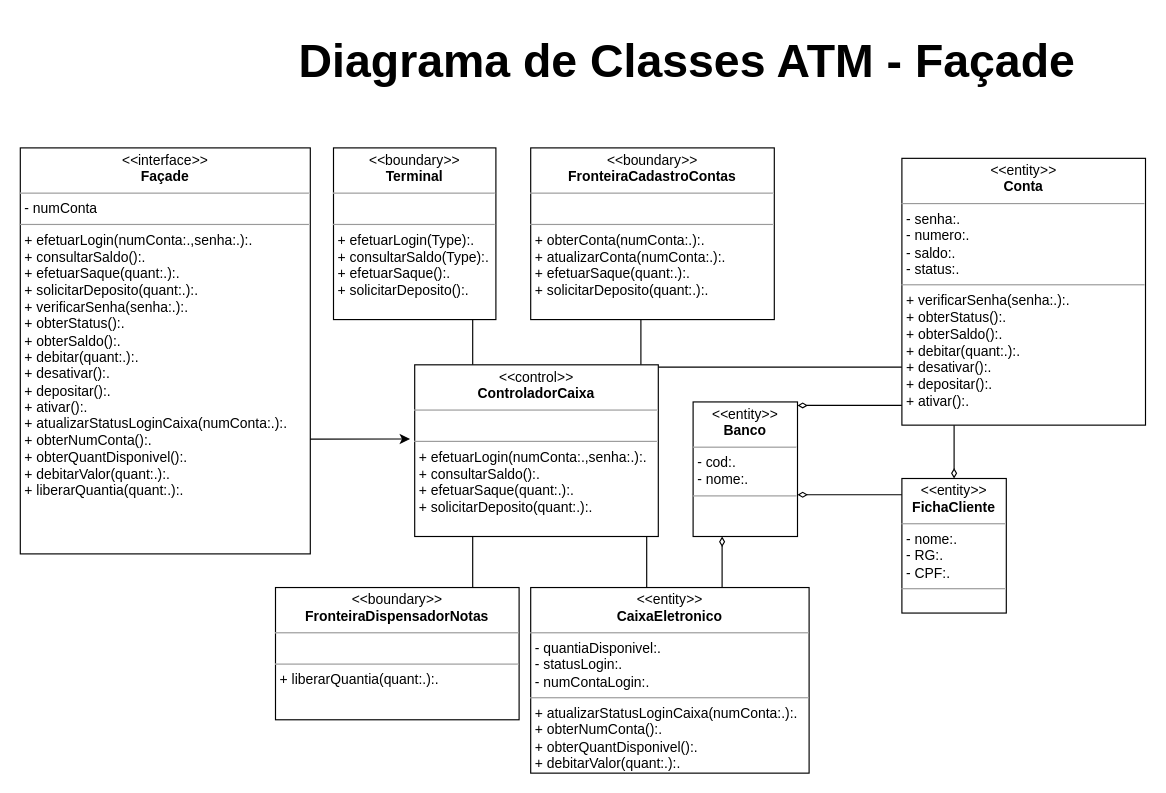
This is Copy of ATMFacade.drawio from JorgeEduardoFOS/lista2MC426, a draw.io file, before an edit. Source tidied: cells renumbered, new cells numbered last; positions are measured from the earlier drawing's top-left corner, leaving out a move shared by most shapes. Both pictures are drawn from the tidied source at 116%, with x=0, y=0 at pixel (20, 20).
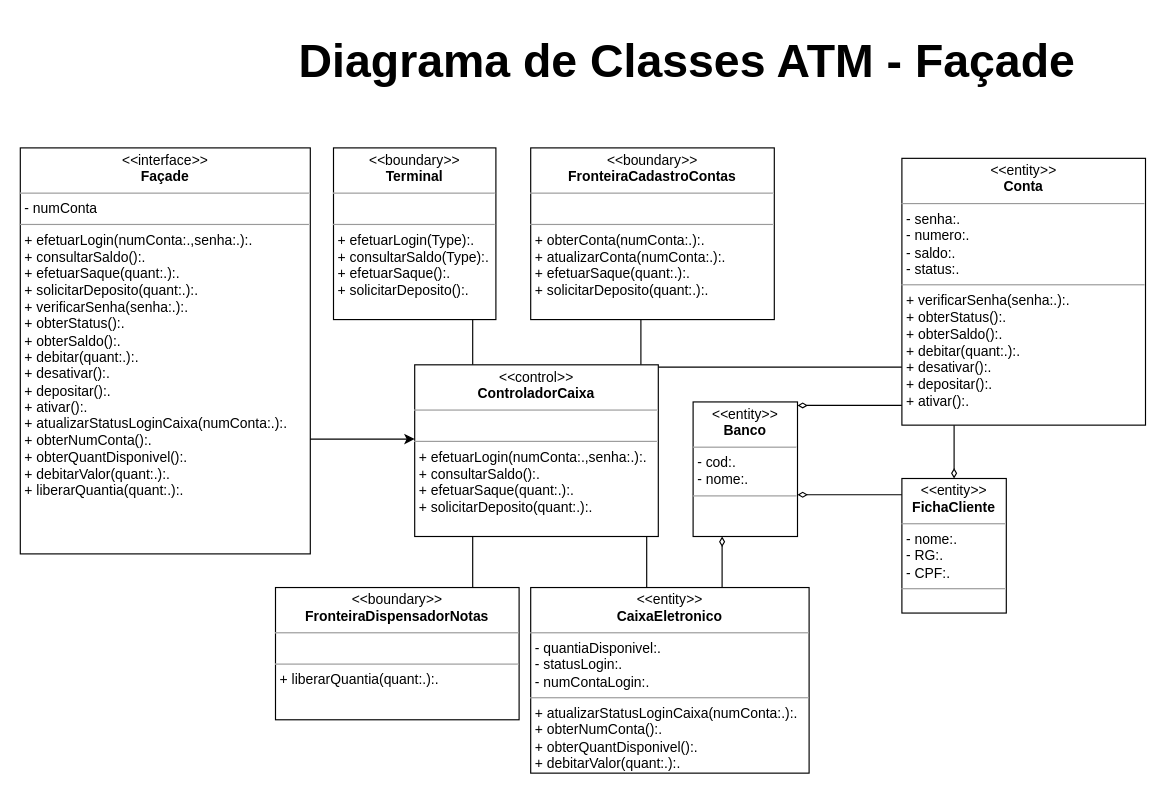
Above is the later version.

Unchanged cells that the change refers to:
```xml
<mxCell id="8" value="&lt;p style=&quot;margin:0px;margin-top:4px;text-align:center;&quot;&gt;&lt;i&gt;&amp;lt;&amp;lt;&lt;/i&gt;control&lt;i&gt;&amp;gt;&amp;gt;&lt;/i&gt;&lt;br&gt;&lt;b&gt;ControladorCaixa&lt;/b&gt;&lt;/p&gt;&lt;hr size=&quot;1&quot;&gt;&lt;p style=&quot;margin:0px;margin-left:4px;&quot;&gt;&lt;br&gt;&lt;/p&gt;&lt;hr size=&quot;1&quot;&gt;&lt;p style=&quot;margin:0px;margin-left:4px;&quot;&gt;+ efetuarLogin(numConta:.,senha:.):.&lt;br&gt;+ consultarSaldo():.&lt;/p&gt;&lt;p style=&quot;margin:0px;margin-left:4px;&quot;&gt;+ efetuarSaque(quant:.):.&lt;/p&gt;&lt;p style=&quot;margin:0px;margin-left:4px;&quot;&gt;+ solicitarDeposito(quant:.):.&lt;/p&gt;" style="verticalAlign=top;align=left;overflow=fill;fontSize=12;fontFamily=Helvetica;html=1;" parent="1" vertex="1">
  <mxGeometry x="340" y="297" width="210" height="148" as="geometry" />
</mxCell>
```

The edit, as a diff of the source:
```diff
@@
-    <mxCell id="21" style="endArrow=classic;html=1;rounded=0;entryX=-0.019;entryY=0.432;entryDx=0;entryDy=0;entryPerimeter=0;" parent="1" edge="1" target="8">
+    <mxCell id="21" style="endArrow=classic;html=1;rounded=0;" parent="1" edge="1">
       <mxGeometry relative="1" as="geometry">
         <mxPoint x="250" y="361" as="sourcePoint" />
+        <mxPoint x="340" y="361" as="targetPoint" />
       </mxGeometry>
     </mxCell>
```
